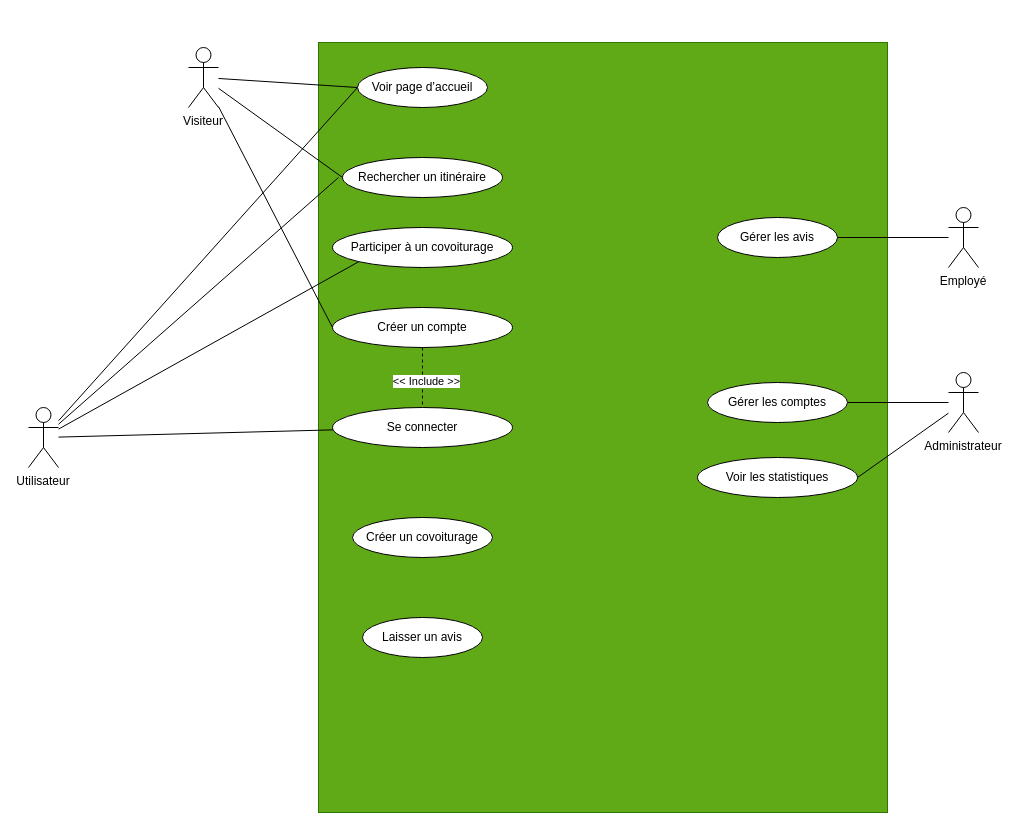
yoannfb/ecf-ecoride keeps this draw.io diagram as autres documents/ECF-EcoRide.drawio. Above is the earlier version. Source tidied: cells renumbered, new cells numbered last; positions are measured from the earlier drawing's top-left corner, leaving out a move shared by most shapes. Both pictures are drawn from the tidied source at 100%, with x=0, y=0 at pixel (28, 42).
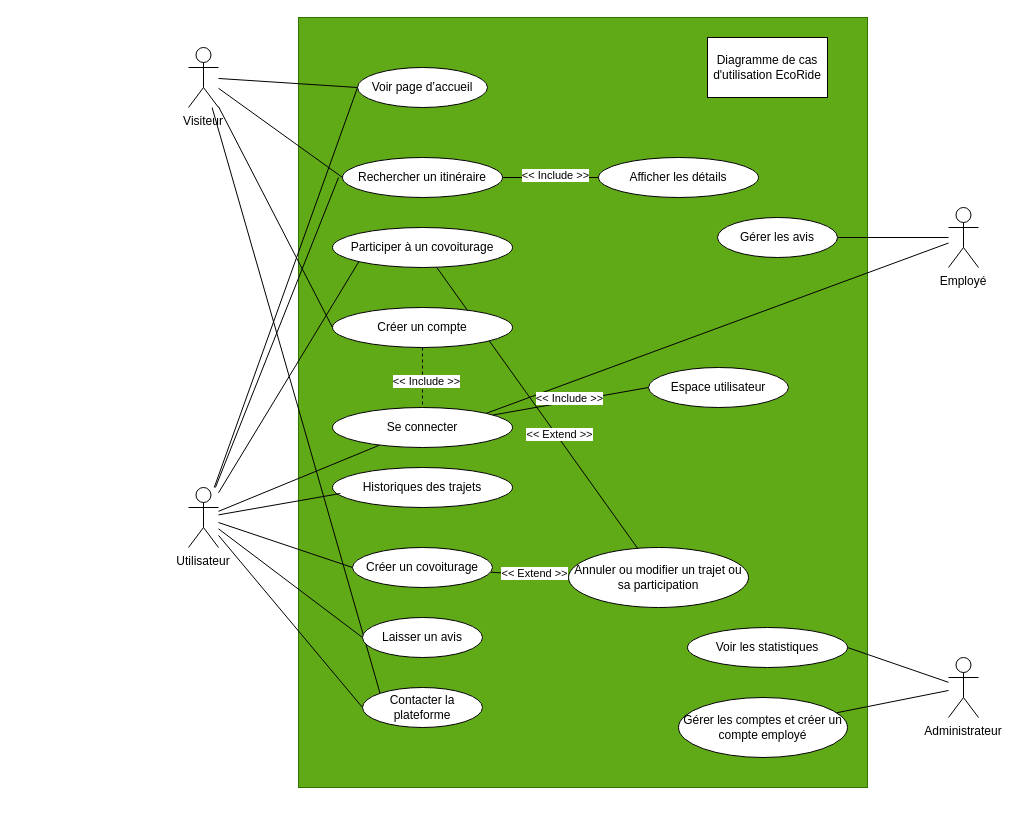
The same diagram, later.

Commit message (it also covers changes not shown here):
MAJ schéma cas d'utilisation

The change refers to these unchanged cells:
```xml
<mxCell id="6" value="Visiteur" style="shape=umlActor;verticalLabelPosition=bottom;verticalAlign=top;" parent="1" vertex="1">
  <mxGeometry x="160" y="5" width="30" height="60" as="geometry" />
</mxCell>
<mxCell id="13" value="Employé" style="shape=umlActor;verticalLabelPosition=bottom;verticalAlign=top;" parent="1" vertex="1">
  <mxGeometry x="920" y="165" width="30" height="60" as="geometry" />
</mxCell>
<mxCell id="18" value="Rechercher un itinéraire" style="ellipse;whiteSpace=wrap;html=1;" parent="1" vertex="1">
  <mxGeometry x="314" y="115" width="160" height="40" as="geometry" />
</mxCell>
<mxCell id="19" value="Participer à un covoiturage" style="ellipse;whiteSpace=wrap;html=1;" parent="1" vertex="1">
  <mxGeometry x="304" y="185" width="180" height="40" as="geometry" />
</mxCell>
<mxCell id="22" value="Laisser un avis" style="ellipse;whiteSpace=wrap;html=1;" parent="1" vertex="1">
  <mxGeometry x="334" y="575" width="120" height="40" as="geometry" />
</mxCell>
<mxCell id="26" value="Se connecter" style="ellipse;whiteSpace=wrap;html=1;" parent="1" vertex="1">
  <mxGeometry x="304" y="365" width="180" height="40" as="geometry" />
</mxCell>
```

Diff of the diagram source:
```diff
@@
     <mxCell id="2" style="rounded=0;whiteSpace=wrap;html=1;fillColor=#60a917;fontColor=#ffffff;strokeColor=#2D7600;" parent="1" vertex="1">
-      <mxGeometry x="290" width="569" height="770" as="geometry" />
+      <mxGeometry x="270" y="-25" width="569" height="770" as="geometry" />
     </mxCell>
@@
+    <mxCell id="29" style="rounded=0;jettySize=auto;html=1;entryX=0;entryY=0;entryDx=0;entryDy=0;endArrow=none;startFill=0;" parent="1" edge="1" source="6" target="44">
+      <mxGeometry relative="1" as="geometry" />
+    </mxCell>
@@
+    <mxCell id="30" style="rounded=0;jettySize=auto;html=1;entryX=0;entryY=0.5;entryDx=0;entryDy=0;endArrow=none;startFill=0;" parent="1" edge="1" source="11" target="21">
+      <mxGeometry relative="1" as="geometry" />
+    </mxCell>
+    <mxCell id="31" style="rounded=0;jettySize=auto;html=1;entryX=0;entryY=0.5;entryDx=0;entryDy=0;endArrow=none;startFill=0;" parent="1" edge="1" source="11" target="22">
+      <mxGeometry relative="1" as="geometry" />
+    </mxCell>
+    <mxCell id="32" style="rounded=0;jettySize=auto;html=1;entryX=0;entryY=0.5;entryDx=0;entryDy=0;endArrow=none;startFill=0;" parent="1" edge="1" source="11" target="44">
+      <mxGeometry relative="1" as="geometry" />
+    </mxCell>
     <mxCell id="11" value="Utilisateur" style="shape=umlActor;verticalLabelPosition=bottom;verticalAlign=top;" parent="1" vertex="1">
-      <mxGeometry y="365" width="30" height="60" as="geometry" />
+      <mxGeometry x="160" y="445" width="30" height="60" as="geometry" />
     </mxCell>
@@
+    <mxCell id="33" style="rounded=0;jettySize=auto;html=1;entryX=1;entryY=0;entryDx=0;entryDy=0;endArrow=none;startFill=0;" parent="1" edge="1" source="13" target="26">
+      <mxGeometry relative="1" as="geometry" />
+    </mxCell>
@@
-    <mxCell id="14" style="edgeStyle=orthogonalEdgeStyle;rounded=0;jettySize=auto;html=1;endArrow=none;startFill=0;" parent="1" edge="1" source="16" target="24">
+    <mxCell id="14" style="rounded=0;jettySize=auto;html=1;endArrow=none;startFill=0;" parent="1" edge="1" source="16" target="24">
       <mxGeometry relative="1" as="geometry" />
     </mxCell>
@@
     <mxCell id="16" value="Administrateur" style="shape=umlActor;verticalLabelPosition=bottom;verticalAlign=top;" parent="1" vertex="1">
-      <mxGeometry x="920" y="330" width="30" height="60" as="geometry" />
+      <mxGeometry x="920" y="615" width="30" height="60" as="geometry" />
     </mxCell>
@@
+    <mxCell id="34" style="rounded=0;jettySize=auto;html=1;endArrow=none;startFill=0;" parent="1" edge="1" source="18" target="43">
+      <mxGeometry relative="1" as="geometry" />
+    </mxCell>
+    <mxCell id="35" value="&amp;lt;&amp;lt; Include &amp;gt;&amp;gt;" style="edgeLabel;html=1;align=center;verticalAlign=middle;" parent="34" vertex="1">
+      <mxGeometry x="0.09" y="3" relative="1" as="geometry" />
+    </mxCell>
@@
+    <mxCell id="36" style="rounded=0;jettySize=auto;html=1;endArrow=none;startFill=0;" parent="1" edge="1" source="19" target="48">
+      <mxGeometry relative="1" as="geometry" />
+    </mxCell>
+    <mxCell id="37" value="&amp;lt;&amp;lt; Extend &amp;gt;&amp;gt;" style="edgeLabel;html=1;align=center;verticalAlign=middle;" parent="36" vertex="1">
+      <mxGeometry x="0.2" y="3" relative="1" as="geometry" />
+    </mxCell>
@@
+    <mxCell id="38" style="rounded=0;jettySize=auto;html=1;entryX=0;entryY=0.5;entryDx=0;entryDy=0;endArrow=none;startFill=0;" parent="1" edge="1" source="21" target="48">
+      <mxGeometry relative="1" as="geometry" />
+    </mxCell>
+    <mxCell id="39" value="&amp;lt;&amp;lt; Extend &amp;gt;&amp;gt;" style="edgeLabel;html=1;align=center;verticalAlign=middle;" parent="38" vertex="1">
+      <mxGeometry x="0.1" y="2" relative="1" as="geometry" />
+    </mxCell>
     <mxCell id="21" value="Créer un covoiturage" style="ellipse;whiteSpace=wrap;html=1;" parent="1" vertex="1">
-      <mxGeometry x="324" y="475" width="140" height="40" as="geometry" />
+      <mxGeometry x="324" y="505" width="140" height="40" as="geometry" />
     </mxCell>
@@
-    <mxCell id="24" value="Gérer les comptes" style="ellipse;whiteSpace=wrap;html=1;" parent="1" vertex="1">
-      <mxGeometry x="679" y="340" width="140" height="40" as="geometry" />
+    <mxCell id="24" value="Gérer les comptes et créer un compte employé" style="ellipse;whiteSpace=wrap;html=1;" parent="1" vertex="1">
+      <mxGeometry x="650" y="655" width="169" height="60" as="geometry" />
     </mxCell>
     <mxCell id="25" value="Voir les statistiques" style="ellipse;whiteSpace=wrap;html=1;" parent="1" vertex="1">
-      <mxGeometry x="669" y="415" width="160" height="40" as="geometry" />
+      <mxGeometry x="659" y="585" width="160" height="40" as="geometry" />
     </mxCell>
+    <mxCell id="40" style="rounded=0;jettySize=auto;html=1;entryX=0;entryY=0.5;entryDx=0;entryDy=0;endArrow=none;startFill=0;" parent="1" edge="1" source="26" target="45">
+      <mxGeometry relative="1" as="geometry" />
+    </mxCell>
+    <mxCell id="41" value="&amp;lt;&amp;lt; Include &amp;gt;&amp;gt;" style="edgeLabel;html=1;align=center;verticalAlign=middle;" parent="40" vertex="1">
+      <mxGeometry x="-0.01" y="4" relative="1" as="geometry" />
+    </mxCell>
@@
+    <mxCell id="42" value="Diagramme de cas d'utilisation EcoRide" style="rounded=0;whiteSpace=wrap;html=1;" parent="1" vertex="1">
+      <mxGeometry x="679" y="-5" width="120" height="60" as="geometry" />
+    </mxCell>
+    <mxCell id="43" value="Afficher les détails" style="ellipse;whiteSpace=wrap;html=1;" parent="1" vertex="1">
+      <mxGeometry x="570" y="115" width="160" height="40" as="geometry" />
+    </mxCell>
+    <mxCell id="44" value="Contacter la plateforme" style="ellipse;whiteSpace=wrap;html=1;" parent="1" vertex="1">
+      <mxGeometry x="334" y="645" width="120" height="40" as="geometry" />
+    </mxCell>
+    <mxCell id="45" value="Espace utilisateur" style="ellipse;whiteSpace=wrap;html=1;" parent="1" vertex="1">
+      <mxGeometry x="620" y="325" width="140" height="40" as="geometry" />
+    </mxCell>
+    <mxCell id="46" value="Historiques des trajets" style="ellipse;whiteSpace=wrap;html=1;" parent="1" vertex="1">
+      <mxGeometry x="304" y="425" width="180" height="40" as="geometry" />
+    </mxCell>
+    <mxCell id="47" style="rounded=0;jettySize=auto;html=1;entryX=0.044;entryY=0.65;entryDx=0;entryDy=0;entryPerimeter=0;endArrow=none;startFill=0;" parent="1" edge="1" source="11" target="46">
+      <mxGeometry relative="1" as="geometry" />
+    </mxCell>
+    <mxCell id="48" value="Annuler ou modifier un trajet ou sa participation" style="ellipse;whiteSpace=wrap;html=1;" parent="1" vertex="1">
+      <mxGeometry x="540" y="505" width="180" height="60" as="geometry" />
+    </mxCell>
```
